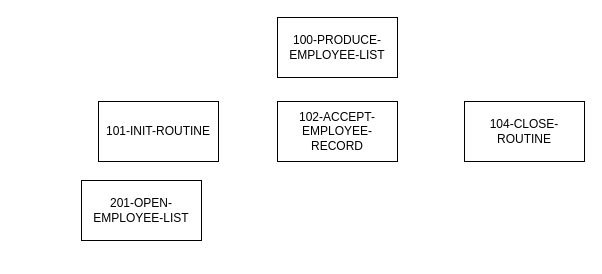
Wild-Things/Cobol-Flowcharts-a1 keeps this draw.io diagram as Assignment1 - charts.drawio. Above is the earlier version. Source tidied: cells renumbered, new cells numbered last; positions are measured from the earlier drawing's top-left corner, leaving out a move shared by most shapes. Both pictures are drawn from the tidied source at 100%, with x=0, y=0 at pixel (81, 17).
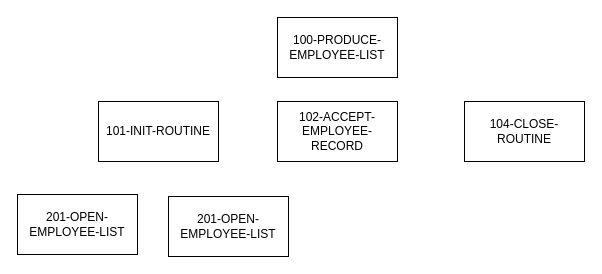
The same page after the edit.

Change to the diagram source:
```diff
@@
 <mxGraphModel>
   <root>
     <mxCell id="0" />
     <mxCell id="1" parent="0" />
     <mxCell id="2" value="&lt;div&gt;100-PRODUCE-EMPLOYEE-LIST&lt;/div&gt;" style="rounded=0;whiteSpace=wrap;html=1;" parent="1" vertex="1">
       <mxGeometry x="196" width="120" height="60" as="geometry" />
     </mxCell>
     <mxCell id="3" value="&lt;div&gt;101-INIT-ROUTINE&lt;/div&gt;" style="rounded=0;whiteSpace=wrap;html=1;" parent="1" vertex="1">
       <mxGeometry x="17" y="84" width="120" height="60" as="geometry" />
     </mxCell>
     <mxCell id="4" value="&lt;div&gt;102-ACCEPT-EMPLOYEE-RECORD&lt;/div&gt;" style="rounded=0;whiteSpace=wrap;html=1;" parent="1" vertex="1">
       <mxGeometry x="196" y="84" width="120" height="60" as="geometry" />
     </mxCell>
     <mxCell id="5" value="&lt;div&gt;104-CLOSE-ROUTINE&lt;/div&gt;" style="rounded=0;whiteSpace=wrap;html=1;" parent="1" vertex="1">
       <mxGeometry x="383" y="84" width="120" height="60" as="geometry" />
     </mxCell>
     <mxCell id="6" value="&lt;div&gt;201-OPEN-EMPLOYEE-LIST&lt;/div&gt;" style="rounded=0;whiteSpace=wrap;html=1;" parent="1" vertex="1">
-      <mxGeometry y="163" width="120" height="60" as="geometry" />
+      <mxGeometry x="-64" y="177" width="120" height="60" as="geometry" />
     </mxCell>
+    <mxCell id="7" value="&lt;div&gt;201-OPEN-EMPLOYEE-LIST&lt;/div&gt;" style="rounded=0;whiteSpace=wrap;html=1;" parent="1" vertex="1">
+      <mxGeometry x="87" y="179" width="120" height="60" as="geometry" />
+    </mxCell>
   </root>
 </mxGraphModel>
```
